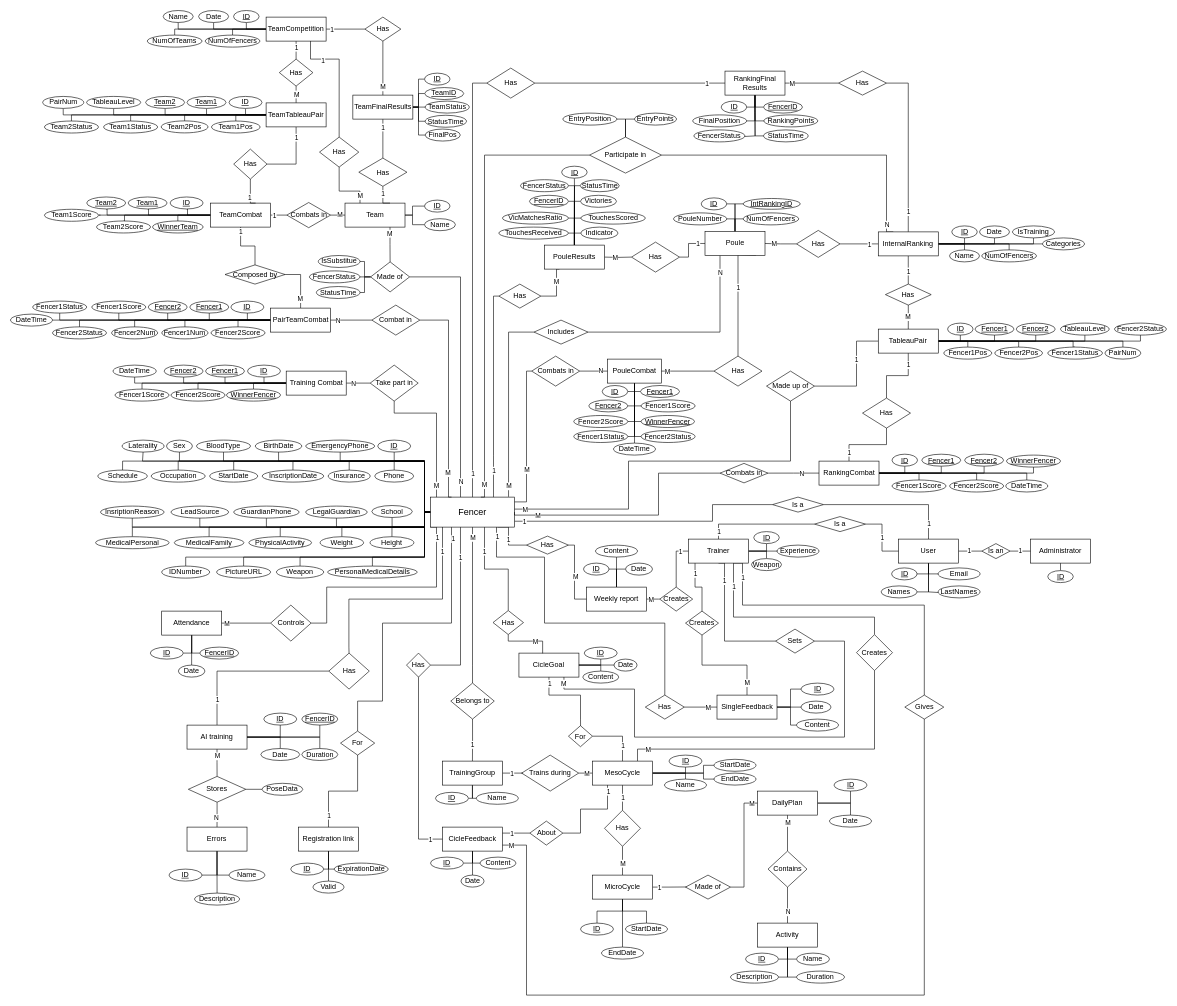
Earlier version of the draw.io diagram Design/Web app/Database ER diagram.drawio (Diego-Hiriart/Capstone_Hiriart-Corales-Samaniego). Source tidied: cells renumbered, new cells numbered last; positions are measured from the earlier drawing's top-left corner, leaving out a move shared by most shapes. Both pictures are drawn from the tidied source at 60%, with x=0, y=0 at pixel (10, 10).
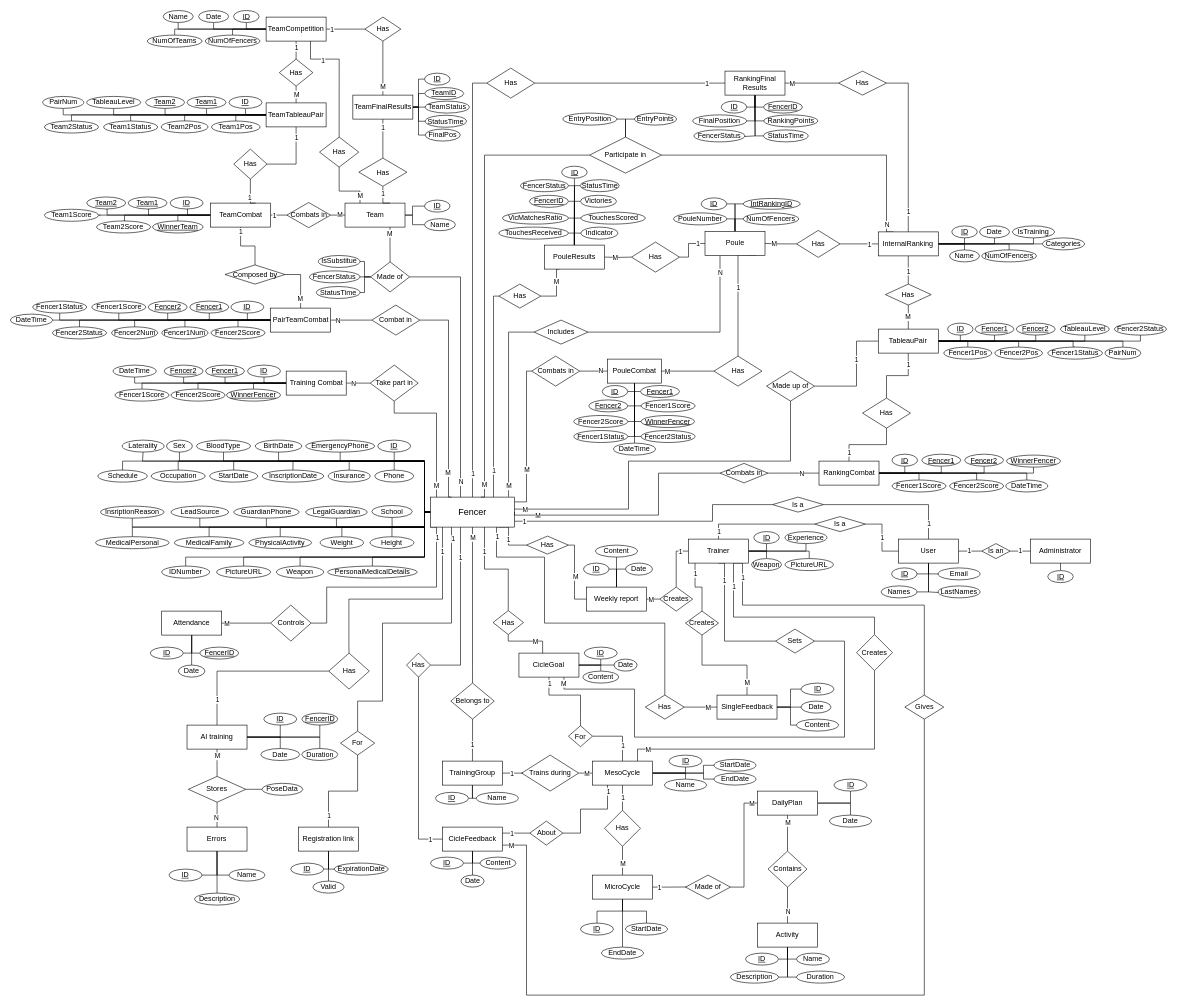
After the change.

The change refers to these unchanged cells:
```xml
<mxCell id="58" value="Trainer" style="whiteSpace=wrap;html=1;align=center;" parent="1" vertex="1">
  <mxGeometry x="1130" y="881" width="100" height="40" as="geometry" />
</mxCell>
```

What changed in the source:
```diff
@@
-    <mxCell id="50" style="edgeStyle=orthogonalEdgeStyle;rounded=0;jettySize=auto;html=1;exitX=1;exitY=0.5;exitDx=0;exitDy=0;endArrow=none;endFill=0;entryX=0;entryY=0.5;entryDx=0;entryDy=0;" parent="1" edge="1" source="58" target="389">
+    <mxCell id="50" style="edgeStyle=orthogonalEdgeStyle;rounded=0;jettySize=auto;html=1;exitX=1;exitY=0.5;exitDx=0;exitDy=0;endArrow=none;endFill=0;entryX=0.5;entryY=1;entryDx=0;entryDy=0;" parent="1" edge="1" source="58" target="389">
       <mxGeometry relative="1" as="geometry">
         <Array as="points">
-          <mxPoint x="1290" y="901" />
+          <mxPoint x="1326" y="901" />
+          <mxPoint x="1326" y="889" />
         </Array>
       </mxGeometry>
     </mxCell>
@@
+    <mxCell id="607" style="edgeStyle=orthogonalEdgeStyle;rounded=0;jettySize=auto;html=1;exitX=1;exitY=0.5;exitDx=0;exitDy=0;entryX=0.5;entryY=0;entryDx=0;entryDy=0;endArrow=none;endFill=0;" parent="1" edge="1" source="58" target="608">
+      <mxGeometry relative="1" as="geometry">
+        <Array as="points">
+          <mxPoint x="1331" y="901" />
+          <mxPoint x="1331" y="914" />
+        </Array>
+      </mxGeometry>
+    </mxCell>
@@
     <mxCell id="389" value="Experience" style="ellipse;whiteSpace=wrap;html=1;align=center;fontStyle=0;" parent="1" vertex="1">
-      <mxGeometry x="1277.5" y="891" width="70" height="20" as="geometry" />
+      <mxGeometry x="1290.8" y="868.5" width="70" height="20" as="geometry" />
     </mxCell>
@@
+    <mxCell id="608" value="PictureURL" style="ellipse;whiteSpace=wrap;html=1;align=center;fontStyle=0;" parent="1" vertex="1">
+      <mxGeometry x="1290.8" y="913.5" width="80.8" height="20" as="geometry" />
+    </mxCell>
```
